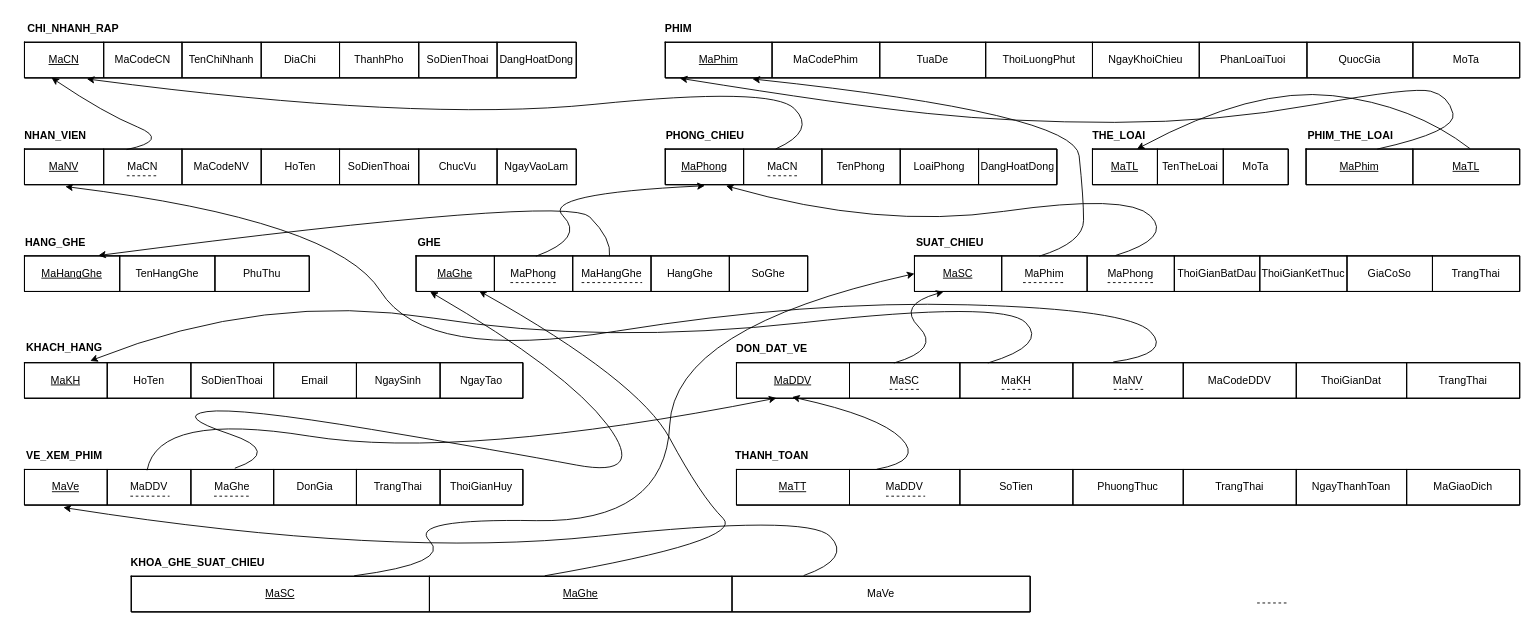
Above: docs/erd/luoc-do-quan-he.drawio in lnb2x/quan-ly-chuoi-rap-phim (draw.io), before the change. Source tidied: cells renumbered, new cells numbered last; positions are measured from the earlier drawing's top-left corner, leaving out a move shared by most shapes. Both pictures are drawn from the tidied source at 89%, with x=0, y=0 at pixel (15, 15).
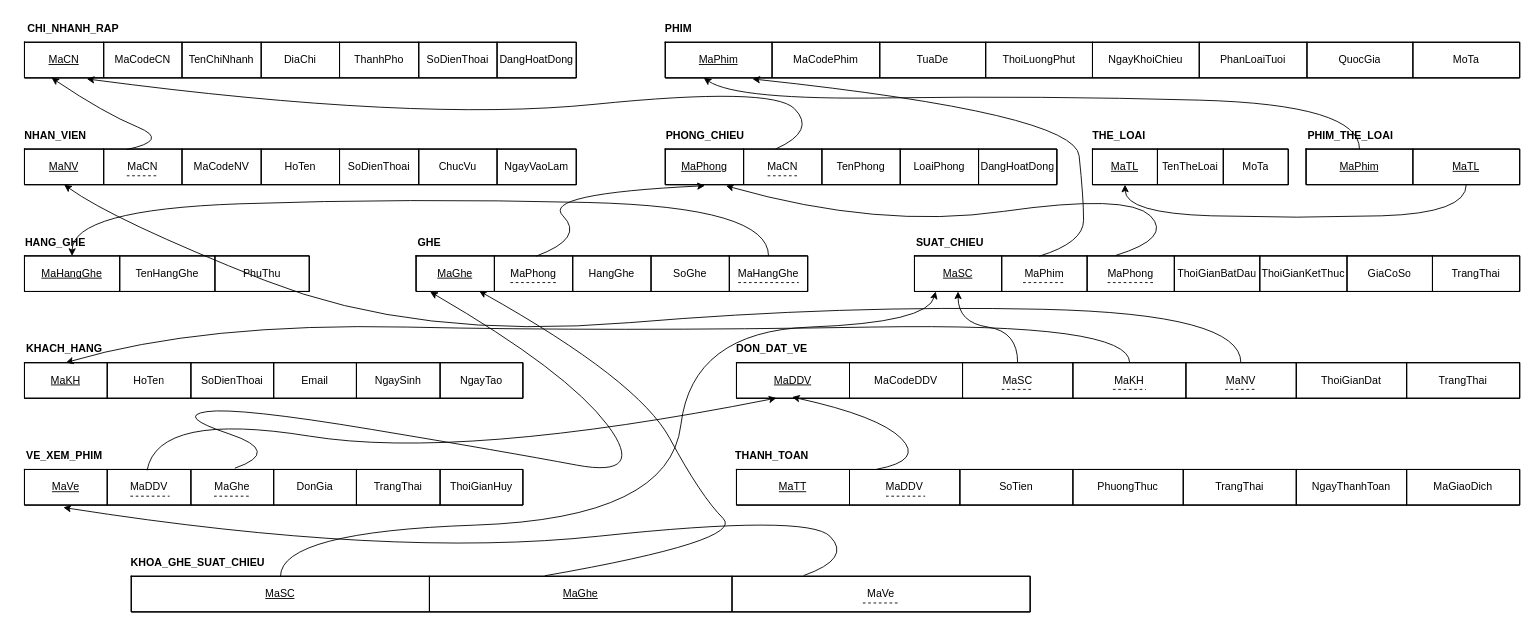
The same diagram, later.

The change refers to these unchanged cells:
```xml
<mxCell id="13" style="shape=tableRow;horizontal=0;startSize=0;swimlaneHead=0;swimlaneBody=0;strokeColor=inherit;fillColor=none;points=[[0,0.5],[1,0.5]];portConstraint=eastwest;fixedHeader=1;" parent="12" vertex="1">
  <mxGeometry width="620" height="40" as="geometry" />
</mxCell>
<mxCell id="31" style="shape=tableRow;horizontal=0;startSize=0;swimlaneHead=0;swimlaneBody=0;strokeColor=inherit;fillColor=none;points=[[0,0.5],[1,0.5]];portConstraint=eastwest;fixedHeader=1;" parent="30" vertex="1">
  <mxGeometry width="220" height="40" as="geometry" />
</mxCell>
<mxCell id="36" style="shape=tableRow;horizontal=0;startSize=0;swimlaneHead=0;swimlaneBody=0;strokeColor=inherit;fillColor=none;points=[[0,0.5],[1,0.5]];portConstraint=eastwest;fixedHeader=1;" parent="35" vertex="1">
  <mxGeometry width="240" height="40" as="geometry" />
</mxCell>
<mxCell id="39" value="&lt;strong&gt;THE_LOAI&lt;/strong&gt;" style="text;html=1;whiteSpace=wrap;strokeColor=none;fillColor=none;align=center;verticalAlign=middle;rounded=0;" parent="1" vertex="1">
  <mxGeometry x="1200" y="120" width="80" height="30" as="geometry" />
</mxCell>
<mxCell id="40" value="&lt;strong&gt;PHIM_THE_LOAI&lt;/strong&gt;" style="text;html=1;whiteSpace=wrap;strokeColor=none;fillColor=none;align=center;verticalAlign=middle;rounded=0;" parent="1" vertex="1">
  <mxGeometry x="1440" y="120" width="120" height="30" as="geometry" />
</mxCell>
<mxCell id="42" style="shape=tableRow;horizontal=0;startSize=0;swimlaneHead=0;swimlaneBody=0;strokeColor=inherit;fillColor=none;points=[[0,0.5],[1,0.5]];portConstraint=eastwest;fixedHeader=1;" parent="41" vertex="1">
  <mxGeometry width="960" height="40" as="geometry" />
</mxCell>
<mxCell id="53" style="shape=tableRow;horizontal=0;startSize=0;swimlaneHead=0;swimlaneBody=0;strokeColor=inherit;fillColor=none;points=[[0,0.5],[1,0.5]];portConstraint=eastwest;fixedHeader=1;" parent="52" vertex="1">
  <mxGeometry width="320" height="40" as="geometry" />
</mxCell>
<mxCell id="58" style="shape=tableRow;horizontal=0;startSize=0;swimlaneHead=0;swimlaneBody=0;strokeColor=inherit;fillColor=none;points=[[0,0.5],[1,0.5]];portConstraint=eastwest;fixedHeader=1;" parent="57" vertex="1">
  <mxGeometry width="440" height="40" as="geometry" />
</mxCell>
<mxCell id="65" style="shape=tableRow;horizontal=0;startSize=0;swimlaneHead=0;swimlaneBody=0;strokeColor=inherit;fillColor=none;points=[[0,0.5],[1,0.5]];portConstraint=eastwest;fixedHeader=1;" parent="64" vertex="1">
  <mxGeometry width="680" height="40" as="geometry" />
</mxCell>
<mxCell id="77" style="shape=tableRow;horizontal=0;startSize=0;swimlaneHead=0;swimlaneBody=0;strokeColor=inherit;fillColor=none;points=[[0,0.5],[1,0.5]];portConstraint=eastwest;fixedHeader=1;" parent="76" vertex="1">
  <mxGeometry width="560" height="40" as="geometry" />
</mxCell>
<mxCell id="85" style="shape=tableRow;horizontal=0;startSize=0;swimlaneHead=0;swimlaneBody=0;strokeColor=inherit;fillColor=none;points=[[0,0.5],[1,0.5]];portConstraint=eastwest;fixedHeader=1;" parent="84" vertex="1">
  <mxGeometry width="880" height="40" as="geometry" />
</mxCell>
<mxCell id="115" style="shape=tableRow;horizontal=0;startSize=0;swimlaneHead=0;swimlaneBody=0;strokeColor=inherit;fillColor=none;points=[[0,0.5],[1,0.5]];portConstraint=eastwest;fixedHeader=1;" parent="114" vertex="1">
  <mxGeometry width="1010" height="40" as="geometry" />
</mxCell>
```

Change to the diagram source:
```diff
@@
-    <mxCell id="61" value="MaHangGhe" style="shape=partialRectangle;html=1;whiteSpace=wrap;strokeColor=inherit;overflow=hidden;fillColor=none;" parent="58" vertex="1">
-      <mxGeometry x="176" width="88" height="40" as="geometry" />
-    </mxCell>
     <mxCell id="62" value="HangGhe" style="shape=partialRectangle;html=1;whiteSpace=wrap;strokeColor=inherit;overflow=hidden;fillColor=none;" parent="58" vertex="1">
-      <mxGeometry x="264" width="88" height="40" as="geometry" />
+      <mxGeometry x="176" width="88" height="40" as="geometry" />
     </mxCell>
     <mxCell id="63" value="SoGhe" style="shape=partialRectangle;html=1;whiteSpace=wrap;strokeColor=inherit;overflow=hidden;fillColor=none;" parent="58" vertex="1">
-      <mxGeometry x="352" width="88" height="40" as="geometry" />
+      <mxGeometry x="264" width="88" height="40" as="geometry" />
     </mxCell>
+    <mxCell id="61" value="MaHangGhe" style="shape=partialRectangle;html=1;whiteSpace=wrap;strokeColor=inherit;overflow=hidden;fillColor=none;" parent="58" vertex="1">
+      <mxGeometry x="352" width="88" height="40" as="geometry" />
+    </mxCell>
@@
+    <mxCell id="90" value="MaCodeDDV" style="shape=partialRectangle;html=1;whiteSpace=wrap;strokeColor=inherit;overflow=hidden;fillColor=none;" parent="85" vertex="1">
+      <mxGeometry x="127" width="127" height="40" as="geometry" />
+    </mxCell>
     <mxCell id="87" value="MaSC" style="shape=partialRectangle;html=1;whiteSpace=wrap;strokeColor=inherit;overflow=hidden;fillColor=none;" parent="85" vertex="1">
-      <mxGeometry x="127" width="124" height="40" as="geometry" />
+      <mxGeometry x="254" width="124" height="40" as="geometry" />
     </mxCell>
     <mxCell id="88" value="MaKH" style="shape=partialRectangle;html=1;whiteSpace=wrap;strokeColor=inherit;overflow=hidden;fillColor=none;" parent="85" vertex="1">
-      <mxGeometry x="251" width="127" height="40" as="geometry" />
+      <mxGeometry x="378" width="127" height="40" as="geometry" />
     </mxCell>
     <mxCell id="89" value="MaNV" style="shape=partialRectangle;html=1;whiteSpace=wrap;strokeColor=inherit;overflow=hidden;fillColor=none;" parent="85" vertex="1">
-      <mxGeometry x="378" width="124" height="40" as="geometry" />
+      <mxGeometry x="505" width="124" height="40" as="geometry" />
     </mxCell>
-    <mxCell id="90" value="MaCodeDDV" style="shape=partialRectangle;html=1;whiteSpace=wrap;strokeColor=inherit;overflow=hidden;fillColor=none;" parent="85" vertex="1">
-      <mxGeometry x="502" width="127" height="40" as="geometry" />
-    </mxCell>
@@
-    <mxCell id="93" value="&#10;&lt;strong&gt;KHACH_HANG&lt;/strong&gt;&#10;&#10;" style="text;html=1;whiteSpace=wrap;strokeColor=none;fillColor=none;align=center;verticalAlign=middle;rounded=0;" parent="1" vertex="1">
-      <mxGeometry y="350" width="110" height="60" as="geometry" />
+    <mxCell id="93" value="&lt;strong&gt;KHACH_HANG&lt;/strong&gt;" style="text;html=1;whiteSpace=wrap;strokeColor=none;fillColor=none;align=center;verticalAlign=middle;rounded=0;" parent="1" vertex="1">
+      <mxGeometry y="360" width="110" height="30" as="geometry" />
     </mxCell>
@@
     <mxCell id="123" style="edgeStyle=none;orthogonalLoop=1;jettySize=auto;html=1;rounded=0;defaultLabelBackgroundColor=page;labelPadding=0 4;endArrow=none;endFill=0;dashed=1;fontSize=11;verticalAlign=middle;strokeWidth=1;startSize=6;endSize=8;sourcePerimeterSpacing=0;fixedPointSpacing=1;strokeColor=default;" parent="1" edge="1">
       <mxGeometry relative="1" as="geometry">
-        <mxPoint x="636" y="300" as="sourcePoint" />
-        <mxPoint x="704" y="300" as="targetPoint" />
+        <mxPoint x="812" y="300" as="sourcePoint" />
+        <mxPoint x="880" y="300" as="targetPoint" />
       </mxGeometry>
     </mxCell>
@@
     <mxCell id="126" style="edgeStyle=none;orthogonalLoop=1;jettySize=auto;html=1;rounded=0;defaultLabelBackgroundColor=page;labelPadding=0 4;endArrow=none;endFill=0;dashed=1;fontSize=11;verticalAlign=middle;strokeWidth=1;startSize=6;endSize=8;sourcePerimeterSpacing=0;fixedPointSpacing=1;strokeColor=default;" parent="1" edge="1">
       <mxGeometry relative="1" as="geometry">
-        <mxPoint x="982" y="420" as="sourcePoint" />
-        <mxPoint x="1018" y="420" as="targetPoint" />
+        <mxPoint x="1108" y="420" as="sourcePoint" />
+        <mxPoint x="1144" y="420" as="targetPoint" />
       </mxGeometry>
     </mxCell>
     <mxCell id="127" style="edgeStyle=none;orthogonalLoop=1;jettySize=auto;html=1;rounded=0;defaultLabelBackgroundColor=page;labelPadding=0 4;endArrow=none;endFill=0;dashed=1;fontSize=11;verticalAlign=middle;strokeWidth=1;startSize=6;endSize=8;sourcePerimeterSpacing=0;fixedPointSpacing=1;strokeColor=default;" parent="1" edge="1">
       <mxGeometry relative="1" as="geometry">
-        <mxPoint x="1108" y="420" as="sourcePoint" />
-        <mxPoint x="1144" y="420" as="targetPoint" />
+        <mxPoint x="1233" y="420" as="sourcePoint" />
+        <mxPoint x="1270" y="420" as="targetPoint" />
       </mxGeometry>
     </mxCell>
     <mxCell id="128" style="edgeStyle=none;orthogonalLoop=1;jettySize=auto;html=1;rounded=0;defaultLabelBackgroundColor=page;labelPadding=0 4;endArrow=none;endFill=0;dashed=1;fontSize=11;verticalAlign=middle;strokeWidth=1;startSize=6;endSize=8;sourcePerimeterSpacing=0;fixedPointSpacing=1;strokeColor=default;" parent="1" edge="1">
       <mxGeometry relative="1" as="geometry">
-        <mxPoint x="1234" y="420" as="sourcePoint" />
-        <mxPoint x="1270" y="420" as="targetPoint" />
+        <mxPoint x="1359" y="420" as="sourcePoint" />
+        <mxPoint x="1395" y="420" as="targetPoint" />
       </mxGeometry>
     </mxCell>
@@
     <mxCell id="132" style="edgeStyle=none;orthogonalLoop=1;jettySize=auto;html=1;rounded=0;defaultLabelBackgroundColor=page;labelPadding=0 4;endArrow=none;endFill=0;dashed=1;fontSize=11;verticalAlign=middle;strokeWidth=1;startSize=6;endSize=8;sourcePerimeterSpacing=0;fixedPointSpacing=1;strokeColor=default;" parent="1" edge="1">
       <mxGeometry relative="1" as="geometry">
-        <mxPoint x="1395" y="660" as="sourcePoint" />
-        <mxPoint x="1428" y="660" as="targetPoint" />
+        <mxPoint x="952" y="660" as="sourcePoint" />
+        <mxPoint x="993" y="660" as="targetPoint" />
       </mxGeometry>
     </mxCell>
@@
-    <mxCell id="135" style="curved=1;curveGeometry=1;endArrow=classic;html=1;rounded=0;defaultLabelBackgroundColor=page;labelPadding=0 4;exitX=0.75;exitY=1;exitDx=0;exitDy=0;entryX=0.017;entryY=1.01;entryDx=0;entryDy=0;entryPerimeter=0;" parent="1" edge="1" source="40" target="42">
+    <mxCell id="135" style="curved=1;curveGeometry=1;endArrow=classic;html=1;rounded=0;defaultLabelBackgroundColor=page;labelPadding=0 4;exitX=0.25;exitY=0;exitDx=0;exitDy=0;exitPerimeter=0;entryX=0.045;entryY=1;entryDx=0;entryDy=0;entryPerimeter=0;" parent="1" edge="1" source="36" target="42">
       <mxGeometry x="-0.8" relative="1" as="geometry">
         <Array as="points">
-          <mxPoint x="1620" y="130" />
-          <mxPoint x="1610" y="90" />
-          <mxPoint x="1570" y="80" />
-          <mxPoint x="1350" y="120" />
-          <mxPoint x="1120" y="120" />
-          <mxPoint x="930" y="100" />
+          <mxPoint x="1510" y="100" />
+          <mxPoint x="1150" y="90" />
+          <mxPoint x="810" y="95" />
         </Array>
       </mxGeometry>
     </mxCell>
-    <mxCell id="136" style="curved=1;curveGeometry=1;endArrow=classic;html=1;rounded=0;defaultLabelBackgroundColor=page;labelPadding=0 4;entryX=0.259;entryY=-0.01;entryDx=0;entryDy=0;entryPerimeter=0;exitX=0.494;exitY=0.01;exitDx=0;exitDy=0;exitPerimeter=0;" parent="1" edge="1" source="58" target="53">
+    <mxCell id="136" style="curved=1;curveGeometry=1;endArrow=classic;html=1;rounded=0;defaultLabelBackgroundColor=page;labelPadding=0 4;entryX=0.167;entryY=0;entryDx=0;entryDy=0;entryPerimeter=0;exitX=0.9;exitY=0;exitDx=0;exitDy=0;exitPerimeter=0;" parent="1" edge="1" source="58" target="53">
       <mxGeometry x="-0.83" relative="1" as="geometry">
         <Array as="points">
-          <mxPoint x="670.1" y="251.2" />
-          <mxPoint x="620.1" y="201.2" />
+          <mxPoint x="846" y="215" />
+          <mxPoint x="440" y="205" />
+          <mxPoint x="64" y="218" />
         </Array>
       </mxGeometry>
     </mxCell>
-    <mxCell id="137" style="curved=1;curveGeometry=1;endArrow=classic;html=1;rounded=0;defaultLabelBackgroundColor=page;labelPadding=0 4;exitX=0.768;exitY=-0.01;exitDx=0;exitDy=0;exitPerimeter=0;entryX=0.75;entryY=1;entryDx=0;entryDy=0;" parent="1" edge="1" source="36" target="39">
+    <mxCell id="137" style="curved=1;curveGeometry=1;endArrow=classic;html=1;rounded=0;defaultLabelBackgroundColor=page;labelPadding=0 4;exitX=0.75;exitY=1;exitDx=0;exitDy=0;exitPerimeter=0;entryX=0.166;entryY=1;entryDx=0;entryDy=0;entryPerimeter=0;" parent="1" edge="1" source="36" target="31">
       <mxGeometry x="0.61" relative="1" as="geometry">
         <Array as="points">
-          <mxPoint x="1570" y="100" />
-          <mxPoint x="1390" y="80" />
+          <mxPoint x="1630" y="222" />
+          <mxPoint x="1440" y="228" />
+          <mxPoint x="1247" y="222" />
         </Array>
       </mxGeometry>
     </mxCell>
@@
-    <mxCell id="144" style="curved=1;curveGeometry=1;endArrow=classic;html=1;rounded=0;defaultLabelBackgroundColor=page;labelPadding=0 4;exitX=0.201;exitY=0.009;exitDx=0;exitDy=0;exitPerimeter=0;entryX=0.048;entryY=1.009;entryDx=0;entryDy=0;entryPerimeter=0;" parent="1" edge="1" source="85" target="65">
+    <mxCell id="144" style="curved=1;curveGeometry=1;endArrow=classic;html=1;rounded=0;defaultLabelBackgroundColor=page;labelPadding=0 4;exitX=0.359;exitY=0;exitDx=0;exitDy=0;exitPerimeter=0;entryX=0.072;entryY=1;entryDx=0;entryDy=0;entryPerimeter=0;" parent="1" edge="1" source="85" target="65">
       <mxGeometry relative="1" as="geometry">
         <Array as="points">
-          <mxPoint x="1040" y="375" />
-          <mxPoint x="990" y="325" />
+          <mxPoint x="1126" y="355" />
+          <mxPoint x="1059" y="345" />
         </Array>
       </mxGeometry>
     </mxCell>
-    <mxCell id="145" style="curved=1;curveGeometry=1;endArrow=classic;html=1;rounded=0;defaultLabelBackgroundColor=page;labelPadding=0 4;exitX=0.481;exitY=-0.02;exitDx=0;exitDy=0;exitPerimeter=0;entryX=0.074;entryY=1.052;entryDx=0;entryDy=0;entryPerimeter=0;" parent="1" edge="1" source="85" target="13">
+    <mxCell id="145" style="curved=1;curveGeometry=1;endArrow=classic;html=1;rounded=0;defaultLabelBackgroundColor=page;labelPadding=0 4;exitX=0.644;exitY=0;exitDx=0;exitDy=0;exitPerimeter=0;entryX=0.072;entryY=1;entryDx=0;entryDy=0;entryPerimeter=0;" parent="1" edge="1" source="85" target="13">
       <mxGeometry x="-0.9" relative="1" as="geometry">
         <Array as="points">
-          <mxPoint x="1300" y="380" />
-          <mxPoint x="1250" y="330" />
-          <mxPoint x="890" y="320" />
-          <mxPoint x="460" y="389.2" />
-          <mxPoint x="360" y="230" />
+          <mxPoint x="1377" y="335" />
+          <mxPoint x="930" y="325" />
+          <mxPoint x="450" y="365" />
+          <mxPoint x="110" y="230" />
         </Array>
       </mxGeometry>
     </mxCell>
-    <mxCell id="146" style="curved=1;curveGeometry=1;endArrow=classic;html=1;rounded=0;defaultLabelBackgroundColor=page;labelPadding=0 4;exitX=0.321;exitY=0.009;exitDx=0;exitDy=0;exitPerimeter=0;entryX=0.132;entryY=-0.049;entryDx=0;entryDy=0;entryPerimeter=0;" parent="1" edge="1" source="85" target="77">
+    <mxCell id="146" style="curved=1;curveGeometry=1;endArrow=classic;html=1;rounded=0;defaultLabelBackgroundColor=page;labelPadding=0 4;exitX=0.502;exitY=0;exitDx=0;exitDy=0;exitPerimeter=0;entryX=0.083;entryY=0;entryDx=0;entryDy=0;entryPerimeter=0;" parent="1" edge="1" source="85" target="77">
       <mxGeometry x="-0.87" relative="1" as="geometry">
         <Array as="points">
-          <mxPoint x="1160" y="370" />
-          <mxPoint x="1110" y="320" />
-          <mxPoint x="660" y="370" />
-          <mxPoint x="280" y="310" />
+          <mxPoint x="1252" y="345" />
+          <mxPoint x="670" y="355" />
+          <mxPoint x="210" y="345" />
         </Array>
       </mxGeometry>
     </mxCell>
-    <mxCell id="147" style="curved=1;curveGeometry=1;endArrow=classic;html=1;rounded=0;defaultLabelBackgroundColor=page;labelPadding=0 4;exitX=0.248;exitY=-0.014;exitDx=0;exitDy=0;exitPerimeter=0;entryX=0;entryY=0.5;entryDx=0;entryDy=0;" parent="1" edge="1" source="115" target="65">
+    <mxCell id="147" style="curved=1;curveGeometry=1;endArrow=classic;html=1;rounded=0;defaultLabelBackgroundColor=page;labelPadding=0 4;exitX=0.166;exitY=0;exitDx=0;exitDy=0;exitPerimeter=0;entryX=0.035;entryY=1;entryDx=0;entryDy=0;entryPerimeter=0;" parent="1" edge="1" source="115" target="65">
       <mxGeometry x="-0.82" relative="1" as="geometry">
         <Array as="points">
-          <mxPoint x="490" y="615" />
-          <mxPoint x="440" y="565" />
-          <mxPoint x="730" y="570" />
-          <mxPoint x="740" y="350" />
+          <mxPoint x="298" y="580" />
+          <mxPoint x="735" y="565" />
+          <mxPoint x="760" y="355" />
+          <mxPoint x="1025" y="345" />
         </Array>
       </mxGeometry>
     </mxCell>
```
